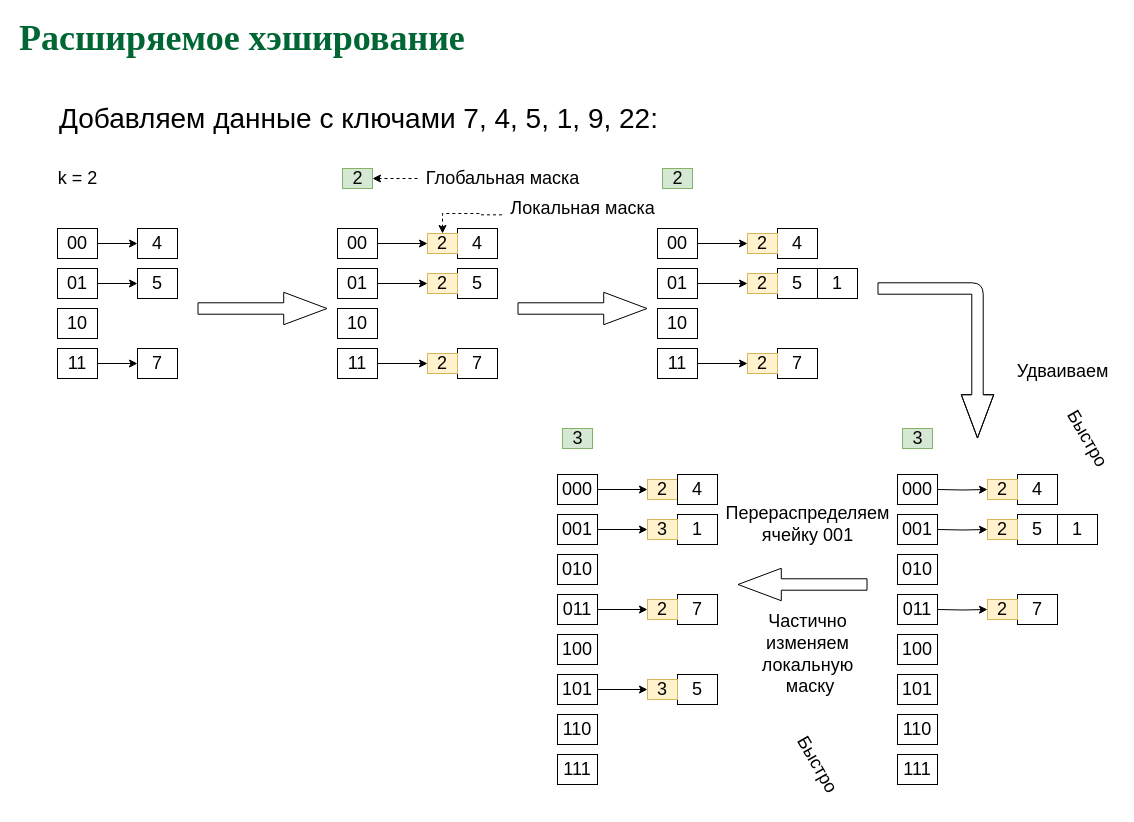
The draw.io diagram page "p18" (18 of 26) of slides/dynhash.drawio in amcp-pit/db_course, before the edit. Source tidied: cells renumbered, new cells numbered last; positions are measured from the earlier drawing's top-left corner, leaving out a move shared by most shapes. Both pictures are drawn from the tidied source at 100%, with x=0, y=0 at pixel (17, 28).
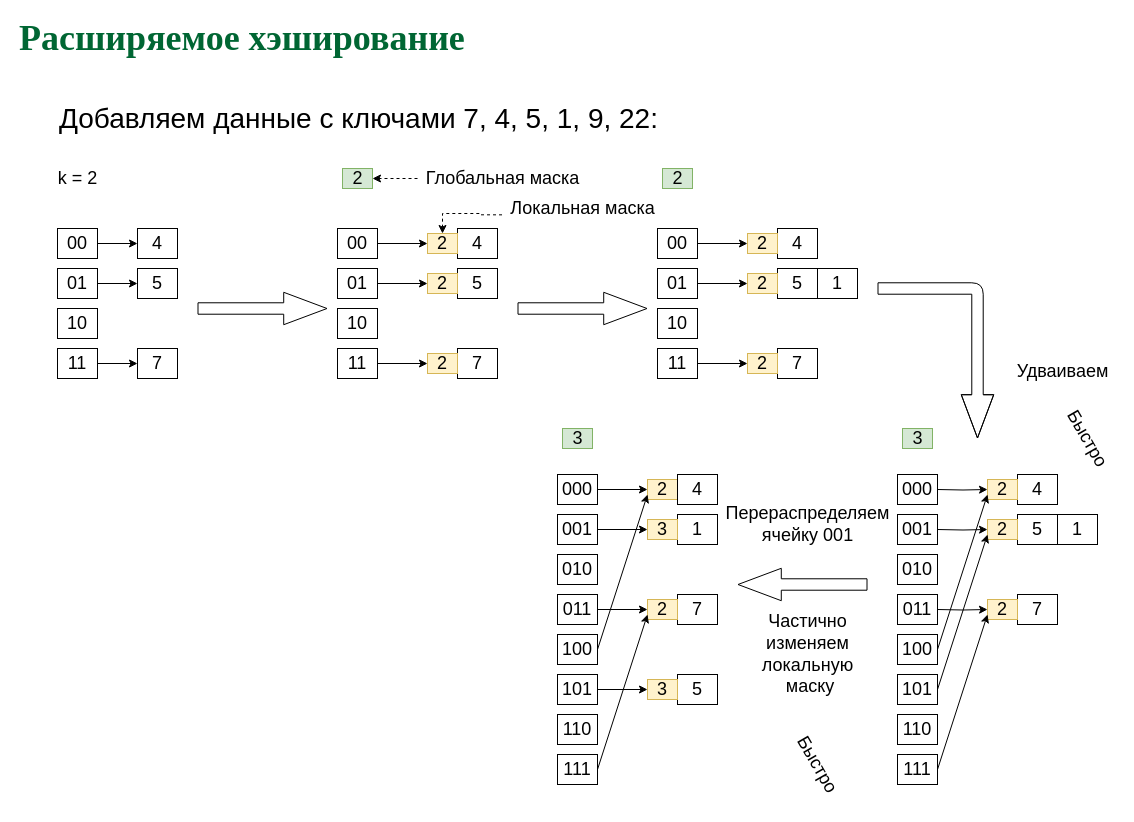
The same page after the edit.

The change refers to these unchanged cells:
```xml
<mxCell id="24" value="&lt;font style=&quot;font-size: 18px&quot;&gt;100&lt;/font&gt;" style="rounded=0;whiteSpace=wrap;html=1;" parent="1" vertex="1">
  <mxGeometry x="540" y="606" width="40" height="30" as="geometry" />
</mxCell>
<mxCell id="27" value="&lt;font style=&quot;font-size: 18px&quot;&gt;111&lt;/font&gt;" style="rounded=0;whiteSpace=wrap;html=1;" parent="1" vertex="1">
  <mxGeometry x="540" y="726" width="40" height="30" as="geometry" />
</mxCell>
<mxCell id="68" value="&lt;font style=&quot;font-size: 18px&quot;&gt;2&lt;/font&gt;" style="rounded=0;whiteSpace=wrap;html=1;fillColor=#fff2cc;strokeColor=#d6b656;" parent="1" vertex="1">
  <mxGeometry x="630" y="451" width="30" height="20" as="geometry" />
</mxCell>
<mxCell id="71" value="&lt;font style=&quot;font-size: 18px&quot;&gt;2&lt;/font&gt;" style="rounded=0;whiteSpace=wrap;html=1;fillColor=#fff2cc;strokeColor=#d6b656;" parent="1" vertex="1">
  <mxGeometry x="630" y="571" width="30" height="20" as="geometry" />
</mxCell>
<mxCell id="79" value="&lt;font style=&quot;font-size: 18px&quot;&gt;2&lt;/font&gt;" style="rounded=0;whiteSpace=wrap;html=1;fillColor=#fff2cc;strokeColor=#d6b656;" parent="1" vertex="1">
  <mxGeometry x="970" y="571" width="30" height="20" as="geometry" />
</mxCell>
<mxCell id="80" value="&lt;font style=&quot;font-size: 18px&quot;&gt;2&lt;/font&gt;" style="rounded=0;whiteSpace=wrap;html=1;fillColor=#fff2cc;strokeColor=#d6b656;" parent="1" vertex="1">
  <mxGeometry x="970" y="451" width="30" height="20" as="geometry" />
</mxCell>
<mxCell id="81" value="&lt;font style=&quot;font-size: 18px&quot;&gt;2&lt;/font&gt;" style="rounded=0;whiteSpace=wrap;html=1;fillColor=#fff2cc;strokeColor=#d6b656;" parent="1" vertex="1">
  <mxGeometry x="970" y="491" width="30" height="20" as="geometry" />
</mxCell>
<mxCell id="87" value="&lt;font style=&quot;font-size: 18px&quot;&gt;100&lt;/font&gt;" style="rounded=0;whiteSpace=wrap;html=1;" parent="1" vertex="1">
  <mxGeometry x="880" y="606" width="40" height="30" as="geometry" />
</mxCell>
<mxCell id="88" value="&lt;font style=&quot;font-size: 18px&quot;&gt;101&lt;/font&gt;" style="rounded=0;whiteSpace=wrap;html=1;" parent="1" vertex="1">
  <mxGeometry x="880" y="646" width="40" height="30" as="geometry" />
</mxCell>
<mxCell id="89" value="&lt;font style=&quot;font-size: 18px&quot;&gt;111&lt;/font&gt;" style="rounded=0;whiteSpace=wrap;html=1;" parent="1" vertex="1">
  <mxGeometry x="880" y="726" width="40" height="30" as="geometry" />
</mxCell>
```

Diff of the diagram source:
```diff
@@
+    <mxCell id="97" style="endArrow=classic;html=1;exitX=1;exitY=0.5;exitDx=0;exitDy=0;entryX=0;entryY=0.75;entryDx=0;entryDy=0;" parent="1" edge="1" source="87" target="80">
+      <mxGeometry relative="1" as="geometry" />
+    </mxCell>
+    <mxCell id="98" style="endArrow=classic;html=1;exitX=1;exitY=0.5;exitDx=0;exitDy=0;entryX=0;entryY=0.75;entryDx=0;entryDy=0;" parent="1" edge="1" source="88" target="81">
+      <mxGeometry relative="1" as="geometry" />
+    </mxCell>
+    <mxCell id="99" style="endArrow=classic;html=1;exitX=1;exitY=0.5;exitDx=0;exitDy=0;entryX=0;entryY=0.75;entryDx=0;entryDy=0;" parent="1" edge="1" source="89" target="79">
+      <mxGeometry relative="1" as="geometry" />
+    </mxCell>
+    <mxCell id="100" style="endArrow=classic;html=1;exitX=1;exitY=0.5;exitDx=0;exitDy=0;entryX=0;entryY=0.75;entryDx=0;entryDy=0;" parent="1" edge="1" source="24" target="68">
+      <mxGeometry relative="1" as="geometry" />
+    </mxCell>
+    <mxCell id="101" style="endArrow=classic;html=1;exitX=1;exitY=0.5;exitDx=0;exitDy=0;entryX=0;entryY=0.75;entryDx=0;entryDy=0;" parent="1" edge="1" source="27" target="71">
+      <mxGeometry relative="1" as="geometry" />
+    </mxCell>
```
